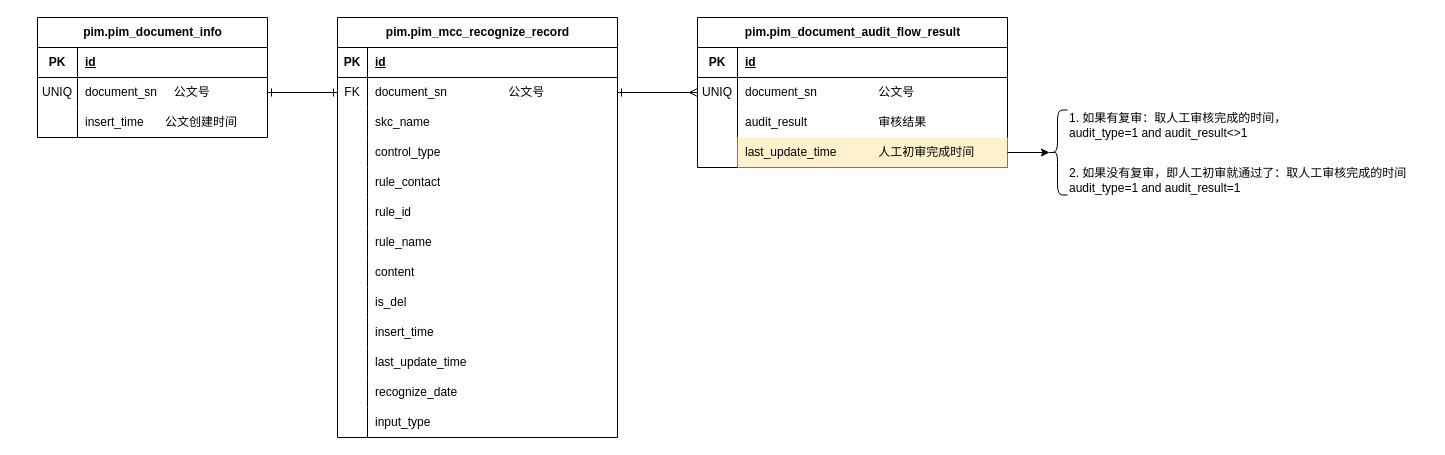
Before: ABC-117938_公文审核识别结果.drawio in wangzijia122/drawio_repository, a draw.io diagram. Source tidied: cells renumbered, new cells numbered last; positions are measured from the earlier drawing's top-left corner, leaving out a move shared by most shapes. Both pictures are drawn from the tidied source at 100%, with x=0, y=0 at pixel (37, 17).
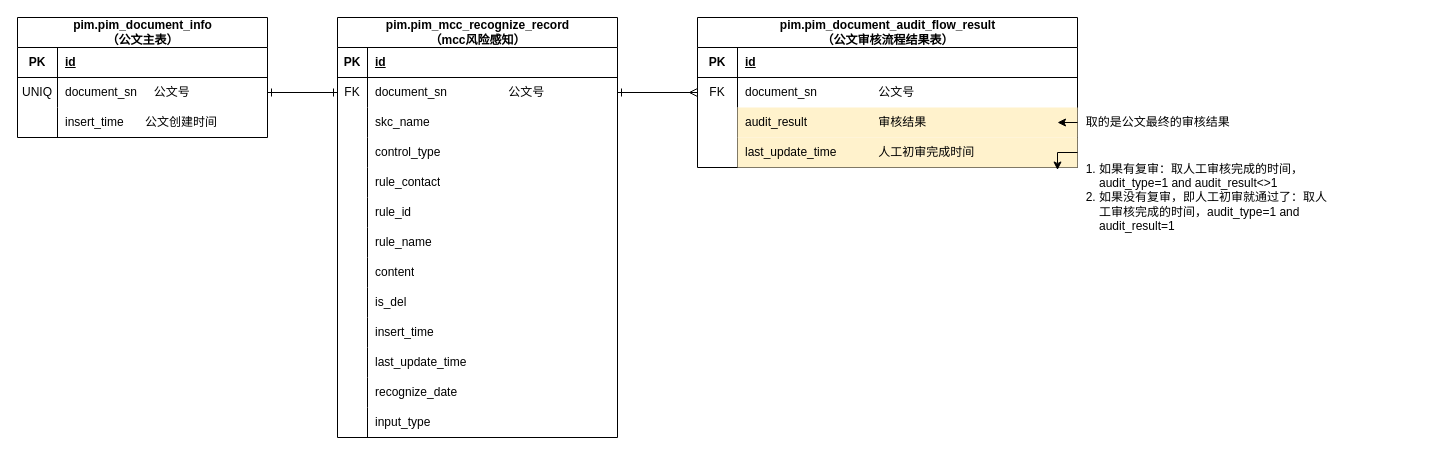
The same page after the edit.

Commit message:
更新ABC-117938_公文审核识别结果.drawio

Unchanged cells that the change refers to:
```xml
<mxCell id="6" style="shape=tableRow;horizontal=0;startSize=0;swimlaneHead=0;swimlaneBody=0;fillColor=none;points=[[0,0.5],[1,0.5]];portConstraint=eastwest;top=0;left=0;right=0;bottom=0;" parent="2" vertex="1">
  <mxGeometry y="60" width="280" height="30" as="geometry" />
</mxCell>
```

Diff of the diagram source:
```diff
@@
-    <mxCell id="2" value="pim.pim_mcc_recognize_record" style="shape=table;startSize=30;childLayout=tableLayout;rowLines=0;fontStyle=1;align=center;html=1;" parent="1" vertex="1">
+    <mxCell id="2" value="pim.pim_mcc_recognize_record&lt;br&gt;（mcc风险感知）" style="shape=table;startSize=30;childLayout=tableLayout;rowLines=0;fontStyle=1;align=center;html=1;" parent="1" vertex="1">
       <mxGeometry x="300" width="280" height="420" as="geometry" />
     </mxCell>
@@
-    <mxCell id="42" value="pim.pim_document_info" style="shape=table;startSize=30;childLayout=tableLayout;rowLines=0;fontStyle=1;align=center;html=1;" parent="1" vertex="1">
-      <mxGeometry width="230" height="120" as="geometry" />
+    <mxCell id="42" value="pim.pim_document_info&lt;br&gt;（公文主表）" style="shape=table;startSize=30;childLayout=tableLayout;rowLines=0;fontStyle=1;align=center;html=1;" parent="1" vertex="1">
+      <mxGeometry x="-20" width="250" height="120" as="geometry" />
     </mxCell>
     <mxCell id="43" style="shape=tableRow;horizontal=0;startSize=0;swimlaneHead=0;swimlaneBody=0;fillColor=none;top=0;left=0;right=0;bottom=1;" parent="42" vertex="1">
-      <mxGeometry y="30" width="230" height="30" as="geometry" />
+      <mxGeometry y="30" width="250" height="30" as="geometry" />
     </mxCell>
@@
     <mxCell id="45" value="id" style="shape=partialRectangle;fillColor=none;top=0;left=0;bottom=0;right=0;align=left;spacingLeft=6;fontStyle=5;overflow=hidden;whiteSpace=wrap;html=1;" parent="43" vertex="1">
-      <mxGeometry x="40" width="190" height="30" as="geometry" />
+      <mxGeometry x="40" width="210" height="30" as="geometry" />
     </mxCell>
     <mxCell id="46" style="shape=tableRow;horizontal=0;startSize=0;swimlaneHead=0;swimlaneBody=0;fillColor=none;points=[[0,0.5],[1,0.5]];portConstraint=eastwest;top=0;left=0;right=0;bottom=0;" parent="42" vertex="1">
-      <mxGeometry y="60" width="230" height="30" as="geometry" />
+      <mxGeometry y="60" width="250" height="30" as="geometry" />
     </mxCell>
@@
     <mxCell id="48" value="document_sn&amp;nbsp; &amp;nbsp; &amp;nbsp;公文号" style="shape=partialRectangle;fillColor=none;top=0;left=0;bottom=0;right=0;align=left;spacingLeft=6;overflow=hidden;whiteSpace=wrap;html=1;" parent="46" vertex="1">
-      <mxGeometry x="40" width="190" height="30" as="geometry" />
+      <mxGeometry x="40" width="210" height="30" as="geometry" />
     </mxCell>
     <mxCell id="49" style="shape=tableRow;horizontal=0;startSize=0;swimlaneHead=0;swimlaneBody=0;fillColor=none;top=0;left=0;right=0;bottom=0;" parent="42" vertex="1">
-      <mxGeometry y="90" width="230" height="30" as="geometry" />
+      <mxGeometry y="90" width="250" height="30" as="geometry" />
     </mxCell>
@@
     <mxCell id="51" value="insert_time&lt;span style=&quot;white-space: pre;&quot;&gt;&#9;&lt;/span&gt;公文创建时间" style="shape=partialRectangle;fillColor=none;top=0;left=0;bottom=0;right=0;align=left;spacingLeft=6;overflow=hidden;whiteSpace=wrap;html=1;" parent="49" vertex="1">
-      <mxGeometry x="40" width="190" height="30" as="geometry" />
+      <mxGeometry x="40" width="210" height="30" as="geometry" />
     </mxCell>
-    <mxCell id="52" style="edgeStyle=orthogonalEdgeStyle;rounded=0;jettySize=auto;html=1;exitX=1;exitY=0.5;exitDx=0;exitDy=0;entryX=0;entryY=0.5;entryDx=0;entryDy=0;startArrow=ERone;startFill=0;endArrow=ERone;endFill=0;" parent="1" edge="1" source="46" target="6">
-      <mxGeometry relative="1" as="geometry" />
-    </mxCell>
-    <mxCell id="53" value="pim.pim_document_audit_flow_result" style="shape=table;startSize=30;childLayout=tableLayout;rowLines=0;fontStyle=1;align=center;html=1;" parent="1" vertex="1">
-      <mxGeometry x="660" width="310" height="150" as="geometry" />
+    <mxCell id="53" value="pim.pim_document_audit_flow_result&lt;br&gt;（公文审核流程结果表）" style="shape=table;startSize=30;childLayout=tableLayout;rowLines=0;fontStyle=1;align=center;html=1;" parent="1" vertex="1">
+      <mxGeometry x="660" width="380" height="150" as="geometry" />
     </mxCell>
     <mxCell id="54" style="shape=tableRow;horizontal=0;startSize=0;swimlaneHead=0;swimlaneBody=0;fillColor=none;top=0;left=0;right=0;bottom=1;" parent="53" vertex="1">
-      <mxGeometry y="30" width="310" height="30" as="geometry" />
+      <mxGeometry y="30" width="380" height="30" as="geometry" />
     </mxCell>
@@
     <mxCell id="56" value="id" style="shape=partialRectangle;fillColor=none;top=0;left=0;bottom=0;right=0;align=left;spacingLeft=6;fontStyle=5;overflow=hidden;whiteSpace=wrap;html=1;" parent="54" vertex="1">
-      <mxGeometry x="40" width="270" height="30" as="geometry" />
+      <mxGeometry x="40" width="340" height="30" as="geometry" />
     </mxCell>
     <mxCell id="57" style="shape=tableRow;horizontal=0;startSize=0;swimlaneHead=0;swimlaneBody=0;fillColor=none;points=[[0,0.5],[1,0.5]];portConstraint=eastwest;top=0;left=0;right=0;bottom=0;" parent="53" vertex="1">
-      <mxGeometry y="60" width="310" height="30" as="geometry" />
+      <mxGeometry y="60" width="380" height="30" as="geometry" />
     </mxCell>
-    <mxCell id="58" value="UNIQ" style="shape=partialRectangle;fillColor=none;top=0;left=0;bottom=0;right=0;overflow=hidden;whiteSpace=wrap;html=1;" parent="57" vertex="1">
+    <mxCell id="58" value="FK" style="shape=partialRectangle;fillColor=none;top=0;left=0;bottom=0;right=0;overflow=hidden;whiteSpace=wrap;html=1;" parent="57" vertex="1">
       <mxGeometry width="40" height="30" as="geometry" />
     </mxCell>
     <mxCell id="59" value="document_sn&lt;span style=&quot;white-space: pre;&quot;&gt;&#9;&lt;/span&gt;&lt;span style=&quot;white-space: pre;&quot;&gt;&#9;&lt;span style=&quot;white-space: pre;&quot;&gt;&#9;&lt;/span&gt;&lt;/span&gt;公文号" style="shape=partialRectangle;fillColor=none;top=0;left=0;bottom=0;right=0;align=left;spacingLeft=6;overflow=hidden;whiteSpace=wrap;html=1;" parent="57" vertex="1">
-      <mxGeometry x="40" width="270" height="30" as="geometry" />
+      <mxGeometry x="40" width="340" height="30" as="geometry" />
     </mxCell>
     <mxCell id="60" style="shape=tableRow;horizontal=0;startSize=0;swimlaneHead=0;swimlaneBody=0;fillColor=none;points=[[0,0.5],[1,0.5]];portConstraint=eastwest;top=0;left=0;right=0;bottom=0;" parent="53" vertex="1">
-      <mxGeometry y="90" width="310" height="30" as="geometry" />
+      <mxGeometry y="90" width="380" height="30" as="geometry" />
     </mxCell>
@@
-    <mxCell id="62" value="audit_result&lt;span style=&quot;white-space: pre;&quot;&gt;&#9;&lt;/span&gt;&lt;span style=&quot;white-space: pre;&quot;&gt;&#9;&lt;/span&gt;&lt;span style=&quot;white-space: pre;&quot;&gt;&#9;&lt;/span&gt;审核结果" style="shape=partialRectangle;fillColor=none;top=0;left=0;bottom=0;right=0;align=left;spacingLeft=6;overflow=hidden;whiteSpace=wrap;html=1;" parent="60" vertex="1">
-      <mxGeometry x="40" width="270" height="30" as="geometry" />
+    <mxCell id="62" value="audit_result&lt;span style=&quot;white-space: pre;&quot;&gt;&#9;&lt;/span&gt;&lt;span style=&quot;white-space: pre;&quot;&gt;&#9;&lt;/span&gt;&lt;span style=&quot;white-space: pre;&quot;&gt;&#9;&lt;/span&gt;审核结果" style="shape=partialRectangle;fillColor=#fff2cc;top=0;left=0;bottom=0;right=0;align=left;spacingLeft=6;overflow=hidden;whiteSpace=wrap;html=1;strokeColor=#d6b656;" parent="60" vertex="1">
+      <mxGeometry x="40" width="340" height="30" as="geometry" />
     </mxCell>
     <mxCell id="63" style="shape=tableRow;horizontal=0;startSize=0;swimlaneHead=0;swimlaneBody=0;fillColor=none;points=[[0,0.5],[1,0.5]];portConstraint=eastwest;top=0;left=0;right=0;bottom=0;" parent="53" vertex="1">
-      <mxGeometry y="120" width="310" height="30" as="geometry" />
+      <mxGeometry y="120" width="380" height="30" as="geometry" />
     </mxCell>
@@
     <mxCell id="65" value="last_update_time&lt;span style=&quot;white-space: pre;&quot;&gt;&#9;&lt;/span&gt;&lt;span style=&quot;white-space: pre;&quot;&gt;&#9;&lt;/span&gt;人工初审完成时间" style="shape=partialRectangle;fillColor=#fff2cc;top=0;left=0;bottom=0;right=0;align=left;spacingLeft=6;overflow=hidden;whiteSpace=wrap;html=1;strokeColor=#d6b656;" parent="63" vertex="1">
-      <mxGeometry x="40" width="270" height="30" as="geometry" />
+      <mxGeometry x="40" width="340" height="30" as="geometry" />
     </mxCell>
-    <mxCell id="66" style="shape=curlyBracket;whiteSpace=wrap;html=1;rounded=1;labelPosition=left;verticalLabelPosition=middle;align=right;verticalAlign=middle;" parent="1" vertex="1">
-      <mxGeometry x="1010" y="92.5" width="20" height="85" as="geometry" />
-    </mxCell>
-    <mxCell id="67" style="edgeStyle=orthogonalEdgeStyle;rounded=0;jettySize=auto;html=1;exitX=1;exitY=0.5;exitDx=0;exitDy=0;entryX=0.1;entryY=0.5;entryDx=0;entryDy=0;entryPerimeter=0;" parent="1" edge="1" source="63" target="66">
+    <mxCell id="67" style="edgeStyle=orthogonalEdgeStyle;rounded=0;jettySize=auto;html=1;exitX=1;exitY=0.5;exitDx=0;exitDy=0;entryX=0;entryY=0.25;entryDx=0;entryDy=0;" parent="1" edge="1" source="63" target="73">
       <mxGeometry relative="1" as="geometry" />
     </mxCell>
-    <mxCell id="68" value="1. 如果有复审：取人工审核完成的时间，&lt;br&gt;audit_type=1 and audit_result&amp;lt;&amp;gt;1" style="text;html=1;align=left;verticalAlign=middle;" parent="1" vertex="1">
-      <mxGeometry x="1030" y="87.5" width="240" height="40" as="geometry" />
-    </mxCell>
-    <mxCell id="69" value="2. 如果没有复审&lt;span style=&quot;font-size: 12px;&quot;&gt;，即人工初审就通过了&lt;/span&gt;：取人工审核完成的时间&lt;br&gt;audit_type=1 and audit_result=1" style="text;html=1;align=left;verticalAlign=middle;strokeColor=none;fillColor=none;fontStyle=0;fontSize=12;" parent="1" vertex="1">
-      <mxGeometry x="1030" y="142.5" width="360" height="40" as="geometry" />
-    </mxCell>
@@
+    <mxCell id="72" style="edgeStyle=orthogonalEdgeStyle;rounded=0;jettySize=auto;html=1;exitX=1;exitY=0.5;exitDx=0;exitDy=0;entryX=0;entryY=0.5;entryDx=0;entryDy=0;" parent="1" edge="1" source="60" target="74">
+      <mxGeometry relative="1" as="geometry" />
+    </mxCell>
+    <mxCell id="73" value="&lt;ol&gt;&lt;li&gt;如果有复审：取人工审核完成的时间，&lt;span style=&quot;&quot;&gt;audit_type=1 and audit_result&amp;lt;&amp;gt;1&lt;/span&gt;&lt;br&gt;&lt;/li&gt;&lt;li&gt;如果没有复审&lt;span style=&quot;border-color: var(--border-color);&quot;&gt;，即人工初审就通过了&lt;/span&gt;&lt;span style=&quot;&quot;&gt;：取人工审核完成的时间，&lt;/span&gt;audit_type=1 and audit_result=1&lt;/li&gt;&lt;/ol&gt;" style="text;strokeColor=none;fillColor=none;html=1;whiteSpace=wrap;verticalAlign=middle;overflow=hidden;" parent="1" vertex="1">
+      <mxGeometry x="1020" y="130" width="280" height="90" as="geometry" />
+    </mxCell>
+    <mxCell id="74" value="&lt;div&gt;&lt;span style=&quot;white-space: pre;&quot;&gt;&#9;&lt;/span&gt;取的是公文最终的审核结果&lt;/div&gt;" style="text;strokeColor=none;fillColor=none;html=1;whiteSpace=wrap;verticalAlign=middle;overflow=hidden;" parent="1" vertex="1">
+      <mxGeometry x="1020" y="88" width="280" height="33" as="geometry" />
+    </mxCell>
+    <mxCell id="52" style="edgeStyle=orthogonalEdgeStyle;rounded=0;jettySize=auto;html=1;exitX=1;exitY=0.5;exitDx=0;exitDy=0;entryX=0;entryY=0.5;entryDx=0;entryDy=0;startArrow=ERone;startFill=0;endArrow=ERone;endFill=0;" parent="1" edge="1" source="46" target="6">
+      <mxGeometry relative="1" as="geometry" />
+    </mxCell>
-    <mxCell id="71" style="edgeStyle=orthogonalEdgeStyle;rounded=0;jettySize=auto;html=1;exitX=1;exitY=0.5;exitDx=0;exitDy=0;entryX=0;entryY=0.5;entryDx=0;entryDy=0;endArrow=ERmany;endFill=0;startArrow=ERone;startFill=0;" parent="1" edge="1" source="6" target="57">
+    <mxCell id="71" style="edgeStyle=orthogonalEdgeStyle;rounded=0;jettySize=auto;html=1;exitX=1;exitY=0.5;exitDx=0;exitDy=0;entryX=0;entryY=0.5;entryDx=0;entryDy=0;startArrow=ERone;startFill=0;endArrow=ERmany;endFill=0;" parent="1" edge="1" source="6" target="57">
       <mxGeometry relative="1" as="geometry" />
     </mxCell>
```
